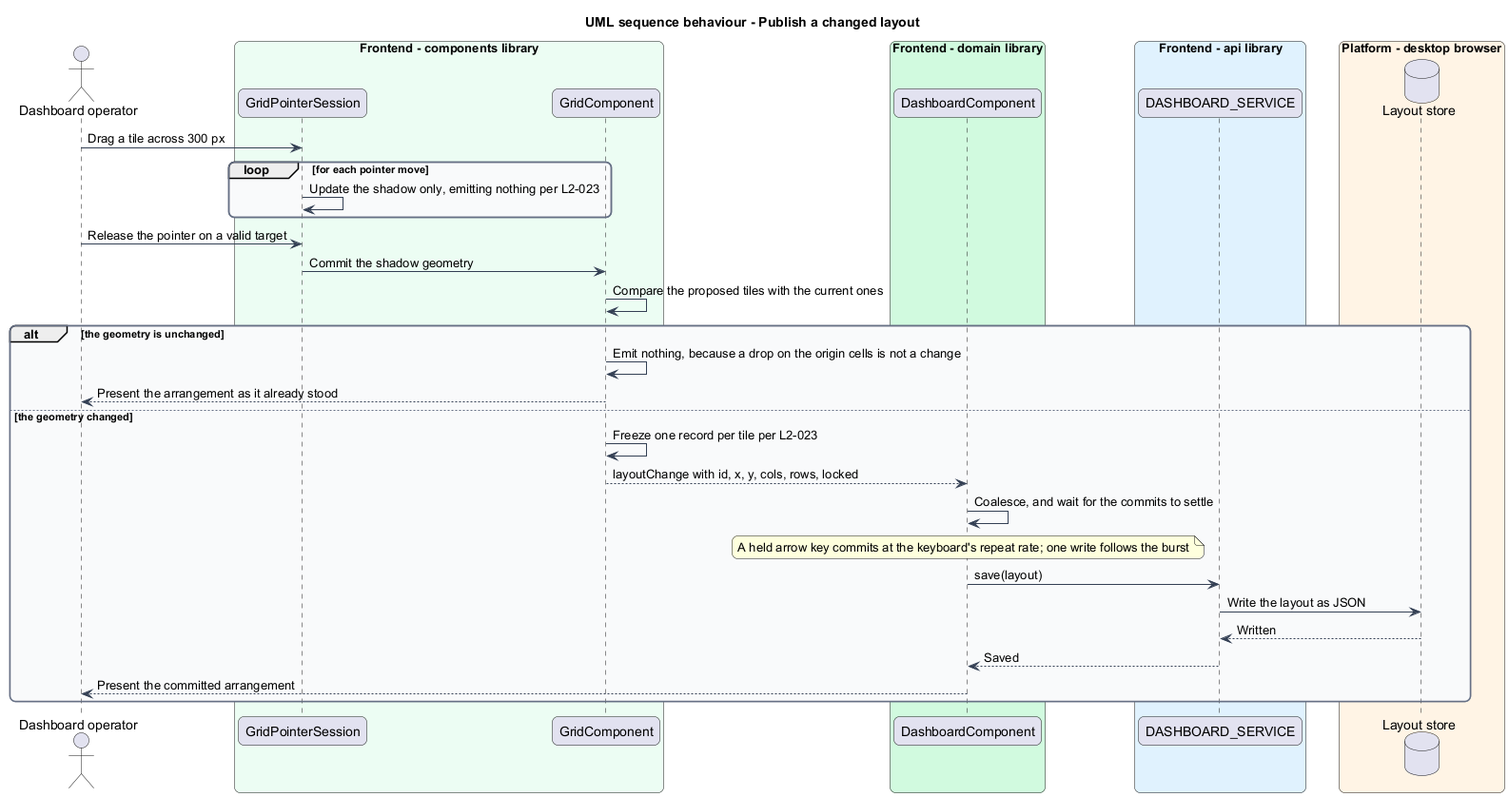
Above: docs/detailed-designs/grid-layout/publish-and-restore-layout/diagrams/sequence-publish.png in QuinntyneBrown/qbc-grid (PlantUML), before the change.
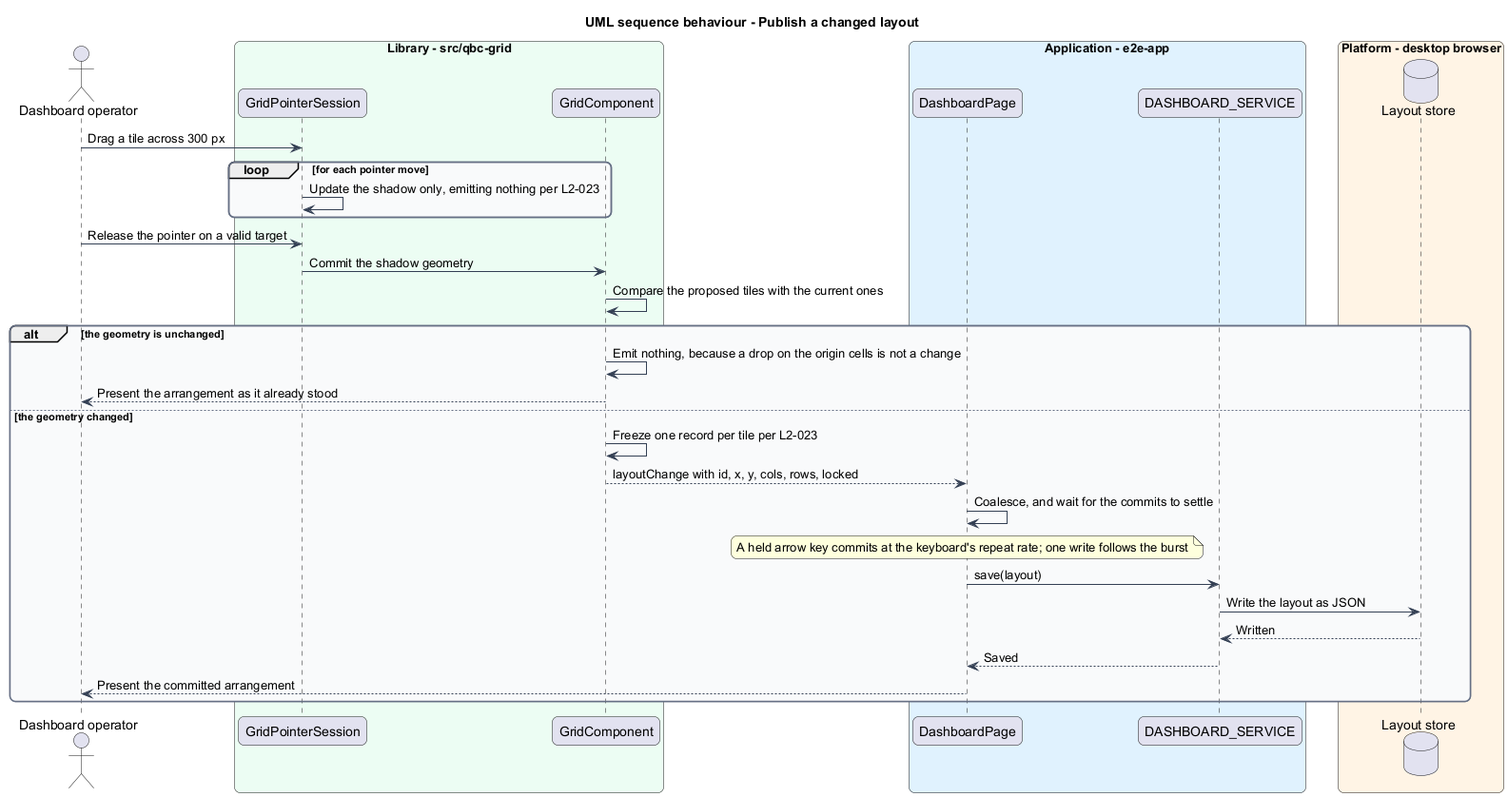
After the commit.

Change to the diagram source:
```diff
@@ -15,14 +15,12 @@
   BackgroundColor #F9FAFB
 }
 actor "Dashboard operator" as actor
-box "Frontend - components library" #ECFDF3
+box "Library - src/qbc-grid" #ECFDF3
   participant "GridPointerSession" as session
   participant "GridComponent" as grid
 end box
-box "Frontend - domain library" #D1FADF
-  participant "DashboardComponent" as dashboard
-end box
-box "Frontend - api library" #E0F2FE
+box "Application - e2e-app" #E0F2FE
+  participant "DashboardPage" as dashboard
   participant "DASHBOARD_SERVICE" as service
 end box
 box "Platform - desktop browser" #FFF4E5
```
